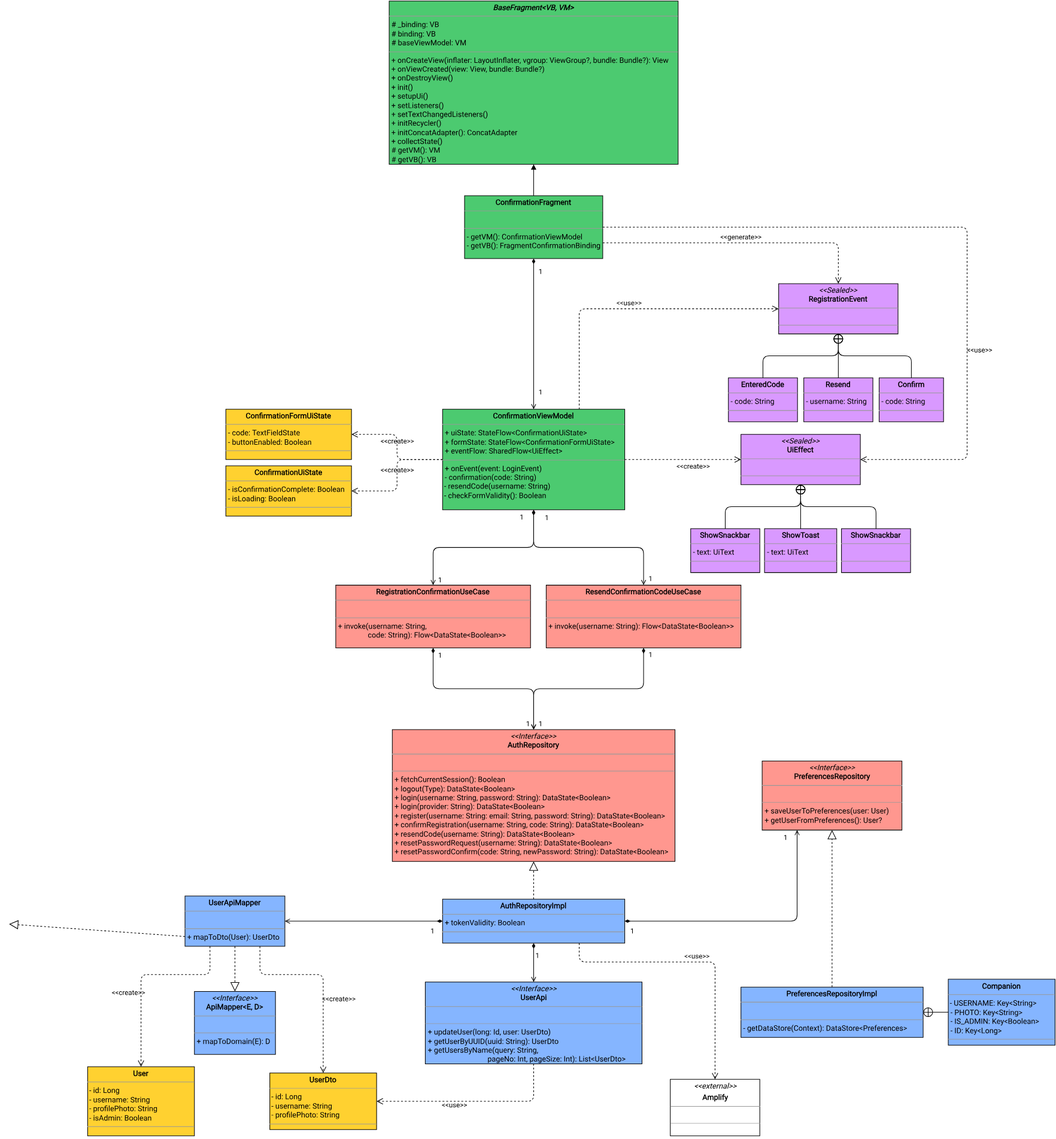
This is docs/latex/diagrams/design/conferma_registrazione.svg from archer-65/natour-2122, a draw.io export, as it was before one commit. Source tidied: cells renumbered, new cells last; positions are measured from the earlier drawing's top-left corner, leaving out a move shared by most shapes.
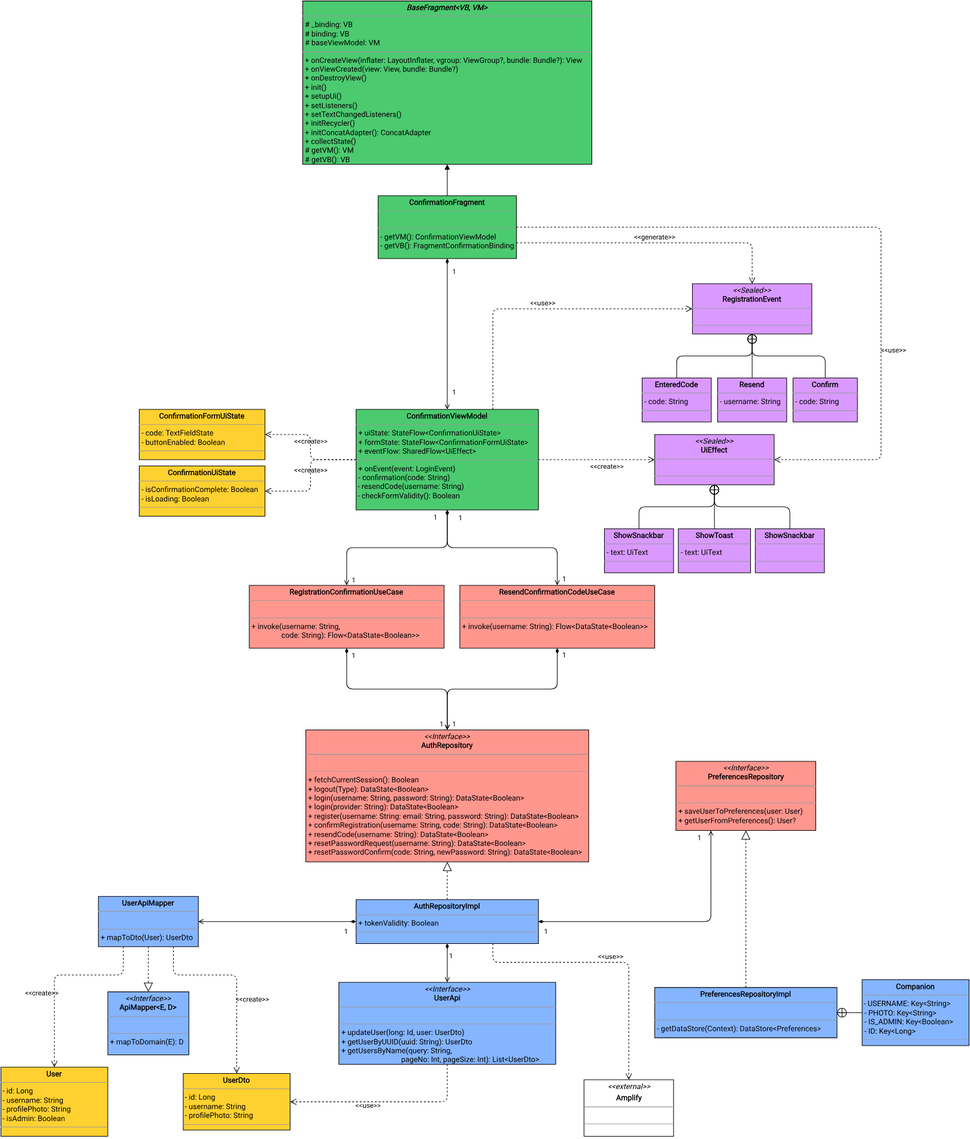
After the commit.

Commit message:
Corretto diagram freccia volante

Change to the diagram source:
```diff
@@ -129,12 +129,6 @@
         <mxPoint x="-19" y="-37" as="offset" />
       </mxGeometry>
     </mxCell>
-    <mxCell id="38" style="endArrow=block;dashed=1;endFill=0;endSize=12;html=1;jumpSize=4;entryX=0.5;entryY=0;entryDx=0;entryDy=0;exitX=0.5;exitY=1;exitDx=0;exitDy=0;fontFamily=Roboto;fontSource=https%3A%2F%2Ffonts.googleapis.com%2Fcss%3Ffamily%3DRoboto;" parent="1" edge="1">
-      <mxGeometry relative="1" as="geometry">
-        <mxPoint x="429.8" y="1500" as="sourcePoint" />
-        <mxPoint y="1469.7" as="targetPoint" />
-      </mxGeometry>
-    </mxCell>
     <mxCell id="39" value="&lt;p style=&quot;margin: 0px ; margin-top: 4px ; text-align: center&quot;&gt;&lt;b&gt;RegistrationConfirmationUseCase&lt;/b&gt;&lt;/p&gt;&lt;hr size=&quot;1&quot;&gt;&lt;p style=&quot;margin: 0px ; margin-left: 4px&quot;&gt;&lt;br&gt;&lt;/p&gt;&lt;hr size=&quot;1&quot;&gt;&lt;p style=&quot;margin: 0px ; margin-left: 4px&quot;&gt;+ invoke(username: String,&lt;/p&gt;&lt;p style=&quot;margin: 0px ; margin-left: 4px&quot;&gt;&lt;span style=&quot;white-space: pre&quot;&gt;&#9;&lt;/span&gt;&lt;span style=&quot;white-space: pre&quot;&gt;&#9;&lt;/span&gt;code: String&lt;span&gt;): Flow&amp;lt;DataState&amp;lt;Boolean&amp;gt;&amp;gt;&lt;/span&gt;&lt;/p&gt;" style="verticalAlign=top;align=left;overflow=fill;fontSize=12;fontFamily=Roboto;html=1;fillColor=#FF9790;fontSource=https%3A%2F%2Ffonts.googleapis.com%2Fcss%3Ffamily%3DRoboto;" parent="1" vertex="1">
       <mxGeometry x="520" y="930" width="310" height="100" as="geometry" />
     </mxCell>
```
